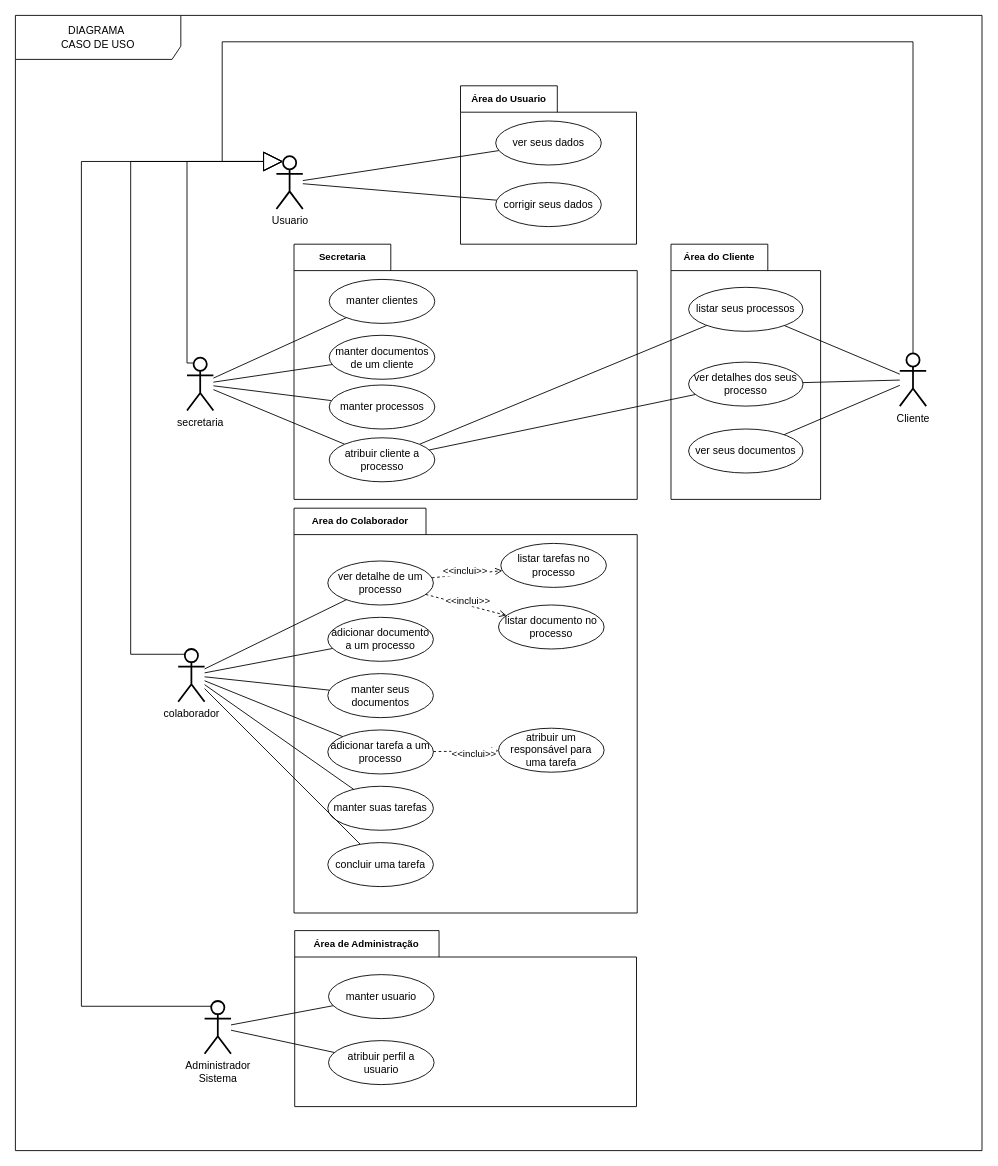
Earlier version of the draw.io diagram page "casos de uso" (1 of 7) of projeto/1_diagramas.drawio (gleberphant/processo-man). Source tidied: cells renumbered, new cells numbered last; positions are measured from the earlier drawing's top-left corner, leaving out a move shared by most shapes. Both pictures are drawn from the tidied source at 88%, with x=0, y=0 at pixel (15, 15).
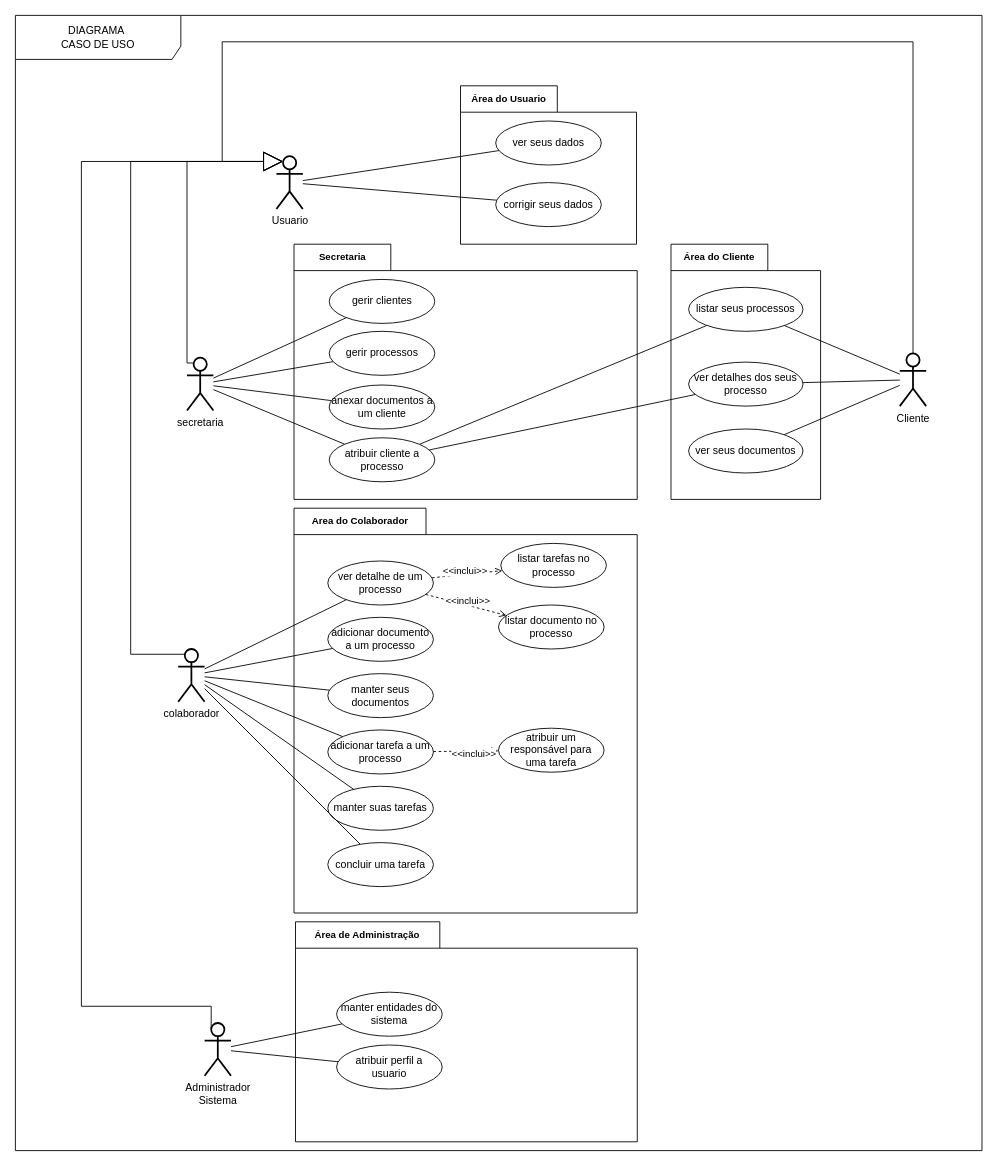
After the change.

The change refers to these unchanged cells:
```xml
<mxCell id="48" value="Secretaria" style="shape=folder;fontStyle=1;tabWidth=110;tabHeight=30;tabPosition=left;html=1;boundedLbl=1;labelInHeader=1;whiteSpace=wrap;fontFamily=Helvetica;fontSize=11;labelBackgroundColor=none;fillColor=none;enumerate=0;comic=0;rounded=0;" parent="1" vertex="1">
  <mxGeometry x="316.6" y="260" width="390" height="290" as="geometry" />
</mxCell>
```

Change to the diagram source:
```diff
@@
     <mxCell id="7" value="Área de Administração" style="shape=folder;fontStyle=1;tabWidth=164;tabHeight=30;tabPosition=left;html=1;boundedLbl=1;labelInHeader=1;whiteSpace=wrap;fontFamily=Helvetica;fontSize=11;labelBackgroundColor=none;fillColor=none;enumerate=0;comic=0;rounded=0;" parent="1" vertex="1">
-      <mxGeometry x="317.4" y="1040" width="388.4" height="200" as="geometry" />
+      <mxGeometry x="318.3" y="1030" width="388.4" height="250" as="geometry" />
     </mxCell>
-    <mxCell id="8" value="manter usuario" style="ellipse;whiteSpace=wrap;html=1;labelBackgroundColor=none;rounded=0;" parent="7" vertex="1">
-      <mxGeometry x="38.4" y="50" width="120" height="50" as="geometry" />
+    <mxCell id="8" value="manter entidades do sistema" style="ellipse;whiteSpace=wrap;html=1;labelBackgroundColor=none;rounded=0;" parent="7" vertex="1">
+      <mxGeometry x="46.7" y="80" width="120" height="50" as="geometry" />
     </mxCell>
     <mxCell id="9" value="atribuir perfil a usuario" style="ellipse;whiteSpace=wrap;html=1;labelBackgroundColor=none;rounded=0;" parent="7" vertex="1">
-      <mxGeometry x="38.4" y="125" width="120" height="50" as="geometry" />
+      <mxGeometry x="46.7" y="140" width="120" height="50" as="geometry" />
     </mxCell>
@@
     <mxCell id="28" value="Administrador&lt;div&gt;Sistema&lt;/div&gt;" style="shape=umlActor;verticalLabelPosition=bottom;verticalAlign=top;html=1;outlineConnect=0;strokeWidth=2;labelBackgroundColor=none;rounded=0;" parent="1" vertex="1">
-      <mxGeometry x="215" y="1120" width="30" height="60" as="geometry" />
+      <mxGeometry x="215" y="1145" width="30" height="60" as="geometry" />
     </mxCell>
@@
-    <mxCell id="49" value="manter&amp;nbsp;clientes" style="ellipse;whiteSpace=wrap;html=1;labelBackgroundColor=none;rounded=0;" parent="48" vertex="1">
+    <mxCell id="49" value="gerir clientes" style="ellipse;whiteSpace=wrap;html=1;labelBackgroundColor=none;rounded=0;" parent="48" vertex="1">
       <mxGeometry x="40" y="40" width="120" height="50" as="geometry" />
     </mxCell>
-    <mxCell id="50" value="manter processos" style="ellipse;whiteSpace=wrap;html=1;labelBackgroundColor=none;rounded=0;" parent="48" vertex="1">
-      <mxGeometry x="40" y="160" width="120" height="50" as="geometry" />
+    <mxCell id="50" value="gerir processos" style="ellipse;whiteSpace=wrap;html=1;labelBackgroundColor=none;rounded=0;" parent="48" vertex="1">
+      <mxGeometry x="40" y="99" width="120" height="50" as="geometry" />
     </mxCell>
@@
-    <mxCell id="52" value="manter documentos de um cliente" style="ellipse;whiteSpace=wrap;html=1;labelBackgroundColor=none;rounded=0;" parent="48" vertex="1">
-      <mxGeometry x="40" y="103.5" width="120" height="50" as="geometry" />
+    <mxCell id="52" value="anexar documentos a um cliente" style="ellipse;whiteSpace=wrap;html=1;labelBackgroundColor=none;rounded=0;" parent="48" vertex="1">
+      <mxGeometry x="40" y="160" width="120" height="50" as="geometry" />
     </mxCell>
```
